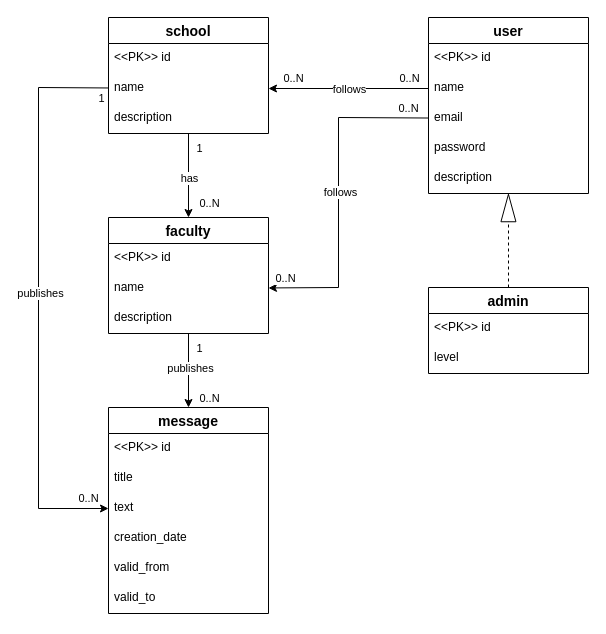
Above: diagrams/erd.drawio in JosefKuchar/ids-project (draw.io), before the change. Source tidied: cells renumbered, new cells numbered last; positions are measured from the earlier drawing's top-left corner, leaving out a move shared by most shapes. Both pictures are drawn from the tidied source at 100%, with x=0, y=0 at pixel (38, 17).
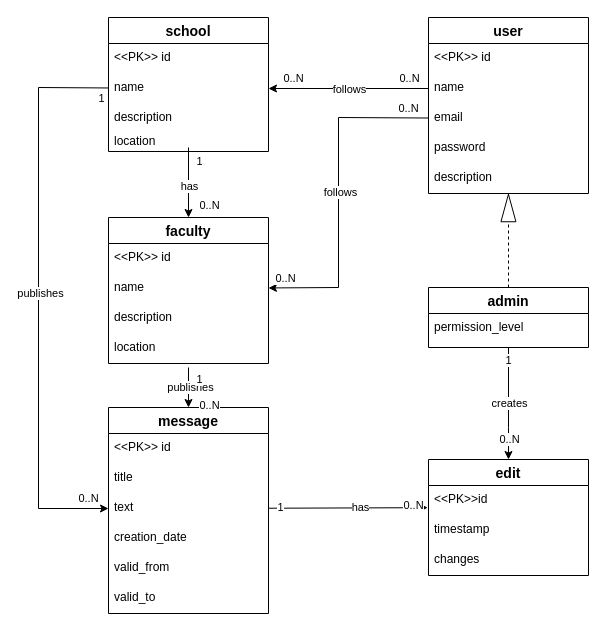
After the change.

The change refers to these unchanged cells:
```xml
<mxCell id="9" value="description" style="text;strokeColor=none;fillColor=none;spacingLeft=4;spacingRight=4;overflow=hidden;points=[[0,0.5],[1,0.5]];portConstraint=eastwest;fontSize=12;" parent="6" vertex="1">
  <mxGeometry y="86" width="160" height="30" as="geometry" />
</mxCell>
<mxCell id="10" value="message" style="swimlane;fontStyle=1;horizontal=1;startSize=26;align=center;fontSize=14;" parent="1" vertex="1">
  <mxGeometry x="70" y="390" width="160" height="206" as="geometry" />
</mxCell>
<mxCell id="13" value="text" style="text;strokeColor=none;fillColor=none;spacingLeft=4;spacingRight=4;overflow=hidden;points=[[0,0.5],[1,0.5]];portConstraint=eastwest;fontSize=12;" parent="10" vertex="1">
  <mxGeometry y="86" width="160" height="30" as="geometry" />
</mxCell>
```

What changed in the source:
```diff
@@
     <mxCell id="2" value="school" style="swimlane;fontStyle=1;horizontal=1;startSize=26;align=center;fontSize=14;" parent="1" vertex="1">
-      <mxGeometry x="70" width="160" height="116" as="geometry" />
+      <mxGeometry x="70" width="160" height="134" as="geometry" />
     </mxCell>
@@
     <mxCell id="5" value="description" style="text;strokeColor=none;fillColor=none;spacingLeft=4;spacingRight=4;overflow=hidden;points=[[0,0.5],[1,0.5]];portConstraint=eastwest;fontSize=12;" parent="2" vertex="1">
-      <mxGeometry y="86" width="160" height="30" as="geometry" />
+      <mxGeometry y="86" width="160" height="24" as="geometry" />
     </mxCell>
+    <mxCell id="49" value="location" style="text;strokeColor=none;fillColor=none;spacingLeft=4;spacingRight=4;overflow=hidden;fontSize=12;" parent="2" vertex="1">
+      <mxGeometry y="110" width="160" height="24" as="geometry" />
+    </mxCell>
     <mxCell id="6" value="faculty" style="swimlane;fontStyle=1;horizontal=1;startSize=26;align=center;fontSize=14;" parent="1" vertex="1">
-      <mxGeometry x="70" y="200" width="160" height="116" as="geometry" />
+      <mxGeometry x="70" y="200" width="160" height="146" as="geometry" />
     </mxCell>
@@
+    <mxCell id="50" value="location" style="text;strokeColor=none;fillColor=none;spacingLeft=4;spacingRight=4;overflow=hidden;fontSize=12;" parent="6" vertex="1">
+      <mxGeometry y="116" width="160" height="30" as="geometry" />
+    </mxCell>
@@
+    <mxCell id="51" style="edgeStyle=none;html=1;entryX=0.5;entryY=0;entryDx=0;entryDy=0;exitX=0.5;exitY=1;exitDx=0;exitDy=0;" parent="1" edge="1" source="23" target="55">
+      <mxGeometry relative="1" as="geometry">
+        <Array as="points">
+          <mxPoint x="470" y="400" />
+        </Array>
+      </mxGeometry>
+    </mxCell>
+    <mxCell id="52" value="creates" style="edgeLabel;html=1;align=center;verticalAlign=middle;" parent="51" vertex="1">
+      <mxGeometry x="0.21" y="-2" relative="1" as="geometry">
+        <mxPoint x="2" y="-13" as="offset" />
+      </mxGeometry>
+    </mxCell>
+    <mxCell id="53" value="1" style="edgeLabel;html=1;align=center;verticalAlign=middle;" parent="51" vertex="1">
+      <mxGeometry x="-0.78" y="-1" relative="1" as="geometry" />
+    </mxCell>
+    <mxCell id="54" value="0..N" style="edgeLabel;html=1;align=center;verticalAlign=middle;" parent="51" vertex="1">
+      <mxGeometry x="0.62" relative="1" as="geometry" />
+    </mxCell>
     <mxCell id="23" value="admin" style="swimlane;fontStyle=1;horizontal=1;startSize=26;align=center;fontSize=14;" parent="1" vertex="1">
-      <mxGeometry x="390" y="270" width="160" height="86" as="geometry" />
+      <mxGeometry x="390" y="270" width="160" height="60" as="geometry" />
     </mxCell>
-    <mxCell id="24" value="&lt;&lt;PK&gt;&gt; id" style="text;strokeColor=none;fillColor=none;spacingLeft=4;spacingRight=4;overflow=hidden;fontSize=12;" parent="23" vertex="1">
-      <mxGeometry y="26" width="160" height="30" as="geometry" />
-    </mxCell>
-    <mxCell id="25" value="level" style="text;strokeColor=none;fillColor=none;spacingLeft=4;spacingRight=4;overflow=hidden;fontSize=12;" parent="23" vertex="1">
-      <mxGeometry y="56" width="160" height="30" as="geometry" />
+    <mxCell id="25" value="permission_level" style="text;strokeColor=none;fillColor=none;spacingLeft=4;spacingRight=4;overflow=hidden;fontSize=12;" parent="23" vertex="1">
+      <mxGeometry y="26" width="160" height="34" as="geometry" />
     </mxCell>
-    <mxCell id="26" style="endArrow=classic;html=1;rounded=0;" parent="1" edge="1" source="5" target="6">
-      <mxGeometry relative="1" as="geometry" />
+    <mxCell id="26" style="endArrow=classic;html=1;rounded=0;" parent="1" edge="1" target="6">
+      <mxGeometry relative="1" as="geometry">
+        <mxPoint x="150" y="130" as="sourcePoint" />
+      </mxGeometry>
     </mxCell>
@@
-    <mxCell id="30" style="endArrow=classic;html=1;rounded=0;" parent="1" edge="1" source="9" target="10">
-      <mxGeometry relative="1" as="geometry" />
+    <mxCell id="30" style="endArrow=classic;html=1;rounded=0;" parent="1" edge="1" target="10">
+      <mxGeometry relative="1" as="geometry">
+        <mxPoint x="150" y="350" as="sourcePoint" />
+      </mxGeometry>
     </mxCell>
@@
+    <mxCell id="55" value="edit" style="swimlane;fontStyle=1;horizontal=1;startSize=26;align=center;fontSize=14;" parent="1" vertex="1">
+      <mxGeometry x="390" y="442" width="160" height="116" as="geometry" />
+    </mxCell>
+    <mxCell id="56" value="&lt;&lt;PK&gt;&gt;id" style="text;strokeColor=none;fillColor=none;spacingLeft=4;spacingRight=4;overflow=hidden;points=[[0,0.5],[1,0.5]];portConstraint=eastwest;fontSize=12;" parent="55" vertex="1">
+      <mxGeometry y="26" width="160" height="30" as="geometry" />
+    </mxCell>
+    <mxCell id="57" value="timestamp" style="text;strokeColor=none;fillColor=none;spacingLeft=4;spacingRight=4;overflow=hidden;fontSize=12;" parent="55" vertex="1">
+      <mxGeometry y="56" width="160" height="30" as="geometry" />
+    </mxCell>
+    <mxCell id="58" value="changes" style="text;strokeColor=none;fillColor=none;spacingLeft=4;spacingRight=4;overflow=hidden;fontSize=12;" parent="55" vertex="1">
+      <mxGeometry y="86" width="160" height="30" as="geometry" />
+    </mxCell>
+    <mxCell id="59" style="edgeStyle=none;html=1;entryX=-0.005;entryY=0.739;entryDx=0;entryDy=0;entryPerimeter=0;" parent="1" edge="1" source="13" target="56">
+      <mxGeometry relative="1" as="geometry" />
+    </mxCell>
+    <mxCell id="60" value="has" style="edgeLabel;html=1;align=center;verticalAlign=middle;" parent="59" vertex="1">
+      <mxGeometry x="0.16" y="1" relative="1" as="geometry" />
+    </mxCell>
+    <mxCell id="61" value="0..N" style="edgeLabel;html=1;align=center;verticalAlign=middle;" parent="59" vertex="1">
+      <mxGeometry x="0.82" y="3" relative="1" as="geometry" />
+    </mxCell>
+    <mxCell id="62" value="1" style="edgeLabel;html=1;align=center;verticalAlign=middle;" parent="59" vertex="1">
+      <mxGeometry x="-0.85" y="1" relative="1" as="geometry" />
+    </mxCell>
```
